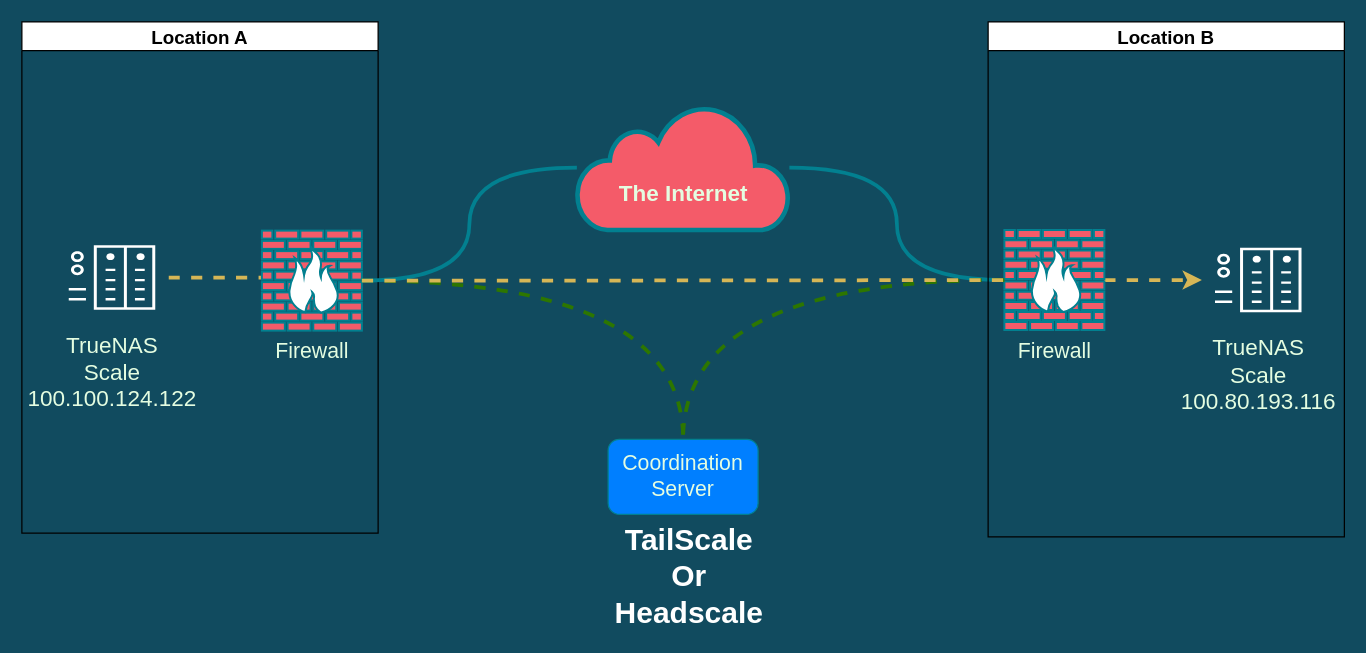
This is page "Page-1" (1 of 2) of Cloud_Security_Dec_2023.drawio from lawrencesystems/Draw_IO_Diagrams, a draw.io file, before an edit. Source tidied: cells renumbered, new cells numbered last; positions are measured from the earlier drawing's top-left corner, leaving out a move shared by most shapes. Both pictures are drawn from the tidied source at 125%, with x=0, y=0 at pixel (21, 21). Pictures stored in the file or linked from it are replaced by grey dashed boxes.
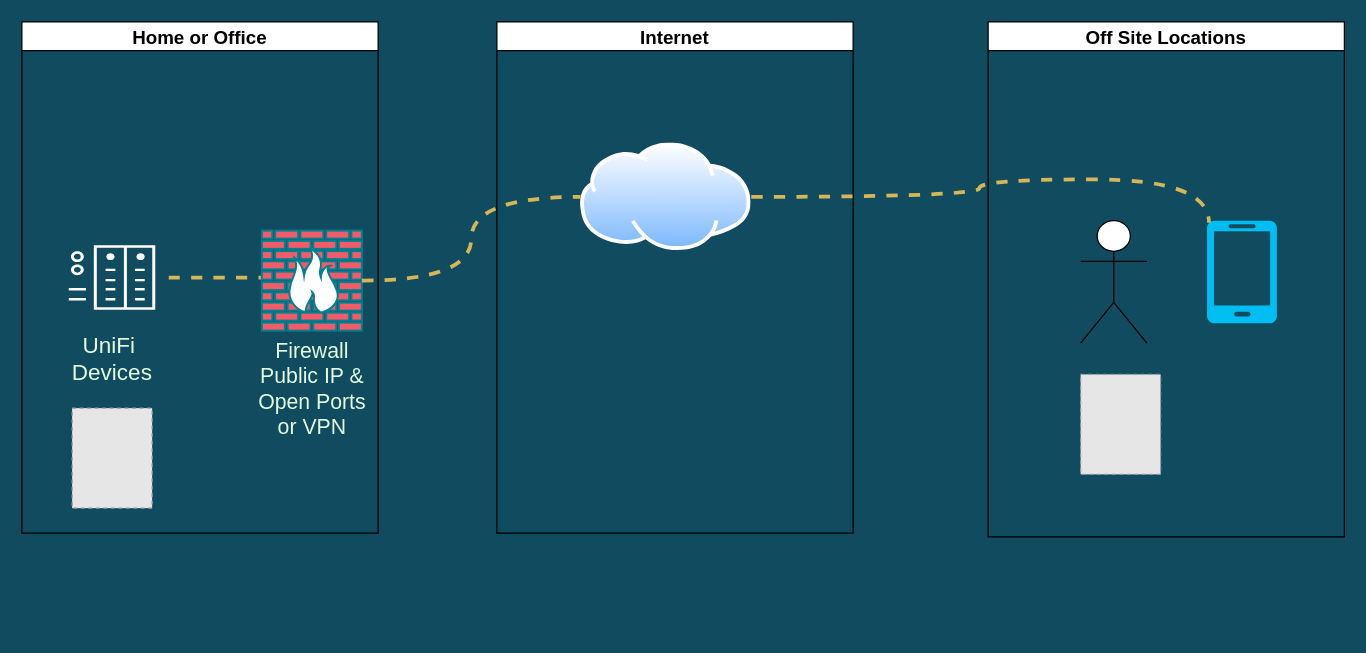
The same diagram, later.

The edit, as a diff of the source:
```diff
@@
-    <mxCell id="2" style="edgeStyle=orthogonalEdgeStyle;rounded=1;jettySize=auto;html=1;strokeColor=none;strokeWidth=3;labelBackgroundColor=#114B5F;fontColor=#E4FDE1;" parent="1" edge="1" source="11">
+    <mxCell id="2" style="edgeStyle=orthogonalEdgeStyle;rounded=1;orthogonalLoop=1;jettySize=auto;html=1;strokeColor=none;strokeWidth=3;labelBackgroundColor=#114B5F;fontColor=#E4FDE1;" parent="1" edge="1">
       <mxGeometry relative="1" as="geometry">
+        <mxPoint x="625" y="260" as="sourcePoint" />
         <mxPoint x="630" y="281" as="targetPoint" />
       </mxGeometry>
     </mxCell>
-    <mxCell id="3" value="&lt;font style=&quot;font-size: 15px;&quot;&gt;Location A&lt;/font&gt;" style="swimlane;whiteSpace=wrap;html=1;fontFamily=Helvetica;fontSize=11;fontColor=default;labelBackgroundColor=none;" parent="1" vertex="1">
+    <mxCell id="3" value="&lt;font style=&quot;font-size: 15px;&quot;&gt;Home or Office&lt;/font&gt;" style="swimlane;whiteSpace=wrap;html=1;fontFamily=Helvetica;fontSize=11;fontColor=default;labelBackgroundColor=none;" parent="1" vertex="1">
       <mxGeometry width="285" height="409" as="geometry" />
     </mxCell>
@@
-    <mxCell id="5" value="&lt;font style=&quot;font-size: 18px;&quot;&gt;TrueNAS&lt;br&gt;Scale&lt;br&gt;100.100.124.122&lt;br&gt;&lt;/font&gt;" style="sketch=0;shadow=0;dashed=0;html=1;strokeColor=none;fillColor=none;labelPosition=center;verticalLabelPosition=bottom;verticalAlign=top;align=center;outlineConnect=0;shape=mxgraph.veeam2.nas;fontFamily=Helvetica;fontSize=11;fontColor=#E4FDE1;" parent="3" vertex="1">
+    <mxCell id="5" value="&lt;font style=&quot;font-size: 18px;&quot;&gt;UniFi&amp;nbsp;&lt;br&gt;Devices&lt;br&gt;&lt;/font&gt;" style="sketch=0;shadow=0;dashed=0;html=1;strokeColor=none;fillColor=none;labelPosition=center;verticalLabelPosition=bottom;verticalAlign=top;align=center;outlineConnect=0;shape=mxgraph.veeam2.nas;fontFamily=Helvetica;fontSize=11;fontColor=#E4FDE1;" parent="3" vertex="1">
       <mxGeometry x="27" y="167" width="90.5" height="75" as="geometry" />
     </mxCell>
-    <mxCell id="6" value="&lt;font style=&quot;font-size: 17px&quot;&gt;Firewall&lt;br&gt;&lt;/font&gt;" style="fontColor=#E4FDE1;verticalAlign=top;verticalLabelPosition=bottom;labelPosition=center;align=center;html=1;outlineConnect=0;fillColor=#F45B69;strokeColor=#028090;gradientDirection=north;strokeWidth=2;shape=mxgraph.networks.firewall;" parent="3" vertex="1">
+    <mxCell id="6" value="&lt;font style=&quot;font-size: 17px&quot;&gt;Firewall&lt;br&gt;Public IP &amp;amp;&lt;br&gt;Open&amp;nbsp;Ports&lt;br&gt;or VPN&lt;br&gt;&lt;/font&gt;" style="fontColor=#E4FDE1;verticalAlign=top;verticalLabelPosition=bottom;labelPosition=center;align=center;html=1;outlineConnect=0;fillColor=#F45B69;strokeColor=#028090;gradientDirection=north;strokeWidth=2;shape=mxgraph.networks.firewall;" parent="3" vertex="1">
       <mxGeometry x="192" y="167" width="80" height="80" as="geometry" />
     </mxCell>
-    <mxCell id="7" style="edgeStyle=orthogonalEdgeStyle;shape=connector;curved=1;rounded=1;comic=0;jettySize=auto;html=1;entryX=0.5;entryY=0;entryDx=0;entryDy=0;dashed=1;labelBackgroundColor=#114B5F;strokeColor=#2D7600;strokeWidth=3;fontFamily=Helvetica;fontSize=11;fontColor=#E4FDE1;endArrow=none;endFill=0;fillColor=#60a917;" parent="1" edge="1" source="6" target="12">
-      <mxGeometry relative="1" as="geometry" />
-    </mxCell>
+    <mxCell id="20" style="fillColor=#E6E6E6;strokeColor=#999999;dashed=1;html=1;verticalLabelPosition=bottom;labelBackgroundColor=#ffffff;verticalAlign=top;fontFamily=Helvetica;fontSize=11;fontColor=#E4FDE1;" parent="3" vertex="1">
+      <mxGeometry x="40.2" y="309" width="64" height="80" as="geometry" />
+    </mxCell>
-    <mxCell id="8" style="edgeStyle=orthogonalEdgeStyle;rounded=1;jettySize=auto;html=1;strokeColor=none;strokeWidth=3;labelBackgroundColor=#114B5F;fontColor=#E4FDE1;" parent="1" edge="1" target="11">
+    <mxCell id="8" style="edgeStyle=orthogonalEdgeStyle;rounded=1;orthogonalLoop=1;jettySize=auto;html=1;strokeColor=none;strokeWidth=3;labelBackgroundColor=#114B5F;fontColor=#E4FDE1;" parent="1" edge="1">
       <mxGeometry relative="1" as="geometry">
         <mxPoint x="116" y="145" as="sourcePoint" />
+        <mxPoint x="540" y="210" as="targetPoint" />
       </mxGeometry>
     </mxCell>
-    <mxCell id="9" style="edgeStyle=orthogonalEdgeStyle;shape=connector;curved=1;rounded=1;comic=0;jettySize=auto;html=1;entryX=1;entryY=0.5;entryDx=0;entryDy=0;entryPerimeter=0;labelBackgroundColor=#114B5F;strokeColor=#028090;strokeWidth=3;fontFamily=Helvetica;fontSize=11;fontColor=#E4FDE1;endArrow=none;endFill=0;fillColor=#F45B69;" parent="1" edge="1" source="11" target="6">
-      <mxGeometry relative="1" as="geometry" />
-    </mxCell>
-    <mxCell id="10" style="edgeStyle=orthogonalEdgeStyle;shape=connector;curved=1;rounded=1;comic=0;jettySize=auto;html=1;labelBackgroundColor=#114B5F;strokeColor=#028090;strokeWidth=3;fontFamily=Helvetica;fontSize=11;fontColor=#E4FDE1;endArrow=none;endFill=0;fillColor=#F45B69;" parent="1" edge="1" source="11" target="17">
-      <mxGeometry relative="1" as="geometry" />
-    </mxCell>
-    <mxCell id="11" value="&lt;h2&gt;&lt;b&gt;&lt;br&gt;&lt;br&gt;The Internet&lt;/b&gt;&lt;/h2&gt;" style="html=1;outlineConnect=0;fillColor=#F45B69;strokeColor=#028090;gradientDirection=north;strokeWidth=2;shape=mxgraph.networks.cloud;fontColor=#E4FDE1;" parent="1" vertex="1">
-      <mxGeometry x="444" y="66.5" width="170" height="100" as="geometry" />
-    </mxCell>
-    <mxCell id="12" value="&lt;font style=&quot;font-size: 17px&quot;&gt;Coordination&lt;br&gt;Server&lt;br&gt;&lt;/font&gt;" style="rounded=1;whiteSpace=wrap;html=1;fillColor=#007FFF;strokeColor=#028090;fontColor=#E4FDE1;" parent="1" vertex="1">
-      <mxGeometry x="469" y="334" width="120" height="60" as="geometry" />
-    </mxCell>
-    <mxCell id="13" value="TailScale Or&lt;br style=&quot;font-size: 24px;&quot;&gt;Headscale" style="text;html=1;strokeColor=none;fillColor=none;align=center;verticalAlign=middle;whiteSpace=wrap;rounded=0;fontSize=24;fontFamily=Helvetica;fontColor=#FFFFFF;fontStyle=1;" parent="1" vertex="1">
-      <mxGeometry x="504" y="429" width="60" height="30" as="geometry" />
-    </mxCell>
-    <mxCell id="14" value="&lt;font style=&quot;font-size: 15px;&quot;&gt;Location&amp;nbsp;B&lt;/font&gt;" style="swimlane;whiteSpace=wrap;html=1;fontFamily=Helvetica;fontSize=11;fontColor=default;labelBackgroundColor=none;" parent="1" vertex="1">
+    <mxCell id="14" value="&lt;font style=&quot;font-size: 15px;&quot;&gt;Off Site Locations&lt;/font&gt;" style="swimlane;whiteSpace=wrap;html=1;fontFamily=Helvetica;fontSize=11;fontColor=default;labelBackgroundColor=none;" parent="1" vertex="1">
       <mxGeometry x="773" width="285" height="412" as="geometry" />
     </mxCell>
-    <mxCell id="15" value="&lt;font style=&quot;font-size: 18px;&quot;&gt;TrueNAS&lt;br&gt;Scale&lt;br&gt;100.80.193.116&lt;br&gt;&lt;/font&gt;" style="sketch=0;shadow=0;dashed=0;html=1;strokeColor=none;fillColor=none;labelPosition=center;verticalLabelPosition=bottom;verticalAlign=top;align=center;outlineConnect=0;shape=mxgraph.veeam2.nas;fontFamily=Helvetica;fontSize=11;fontColor=#E4FDE1;" parent="14" vertex="1">
-      <mxGeometry x="171" y="169" width="90.5" height="75" as="geometry" />
-    </mxCell>
-    <mxCell id="16" style="edgeStyle=orthogonalEdgeStyle;shape=connector;curved=1;rounded=1;comic=0;jettySize=auto;html=1;dashed=1;labelBackgroundColor=#114B5F;strokeColor=#d6b656;strokeWidth=3;fontFamily=Helvetica;fontSize=11;fontColor=#E4FDE1;endArrow=classic;endFill=1;fillColor=#fff2cc;gradientColor=#ffd966;flowAnimation=1;" parent="14" edge="1" source="17" target="15">
-      <mxGeometry relative="1" as="geometry" />
-    </mxCell>
-    <mxCell id="17" value="&lt;font style=&quot;font-size: 17px&quot;&gt;Firewall&lt;br&gt;&lt;/font&gt;" style="fontColor=#E4FDE1;verticalAlign=top;verticalLabelPosition=bottom;labelPosition=center;align=center;html=1;outlineConnect=0;fillColor=#F45B69;strokeColor=#028090;gradientDirection=north;strokeWidth=2;shape=mxgraph.networks.firewall;" parent="14" vertex="1">
-      <mxGeometry x="13" y="166.5" width="80" height="80" as="geometry" />
-    </mxCell>
-    <mxCell id="18" style="edgeStyle=orthogonalEdgeStyle;shape=connector;curved=1;rounded=1;comic=0;jettySize=auto;html=1;dashed=1;labelBackgroundColor=#114B5F;strokeColor=#2D7600;strokeWidth=3;fontFamily=Helvetica;fontSize=11;fontColor=#E4FDE1;endArrow=none;endFill=0;fillColor=#60a917;" parent="1" edge="1" source="17" target="12">
-      <mxGeometry relative="1" as="geometry" />
-    </mxCell>
-    <mxCell id="19" style="edgeStyle=orthogonalEdgeStyle;shape=connector;curved=1;rounded=1;comic=0;jettySize=auto;html=1;dashed=1;labelBackgroundColor=#114B5F;strokeColor=#d6b656;strokeWidth=3;fontFamily=Helvetica;fontSize=11;fontColor=#E4FDE1;endArrow=none;endFill=0;fillColor=#fff2cc;gradientColor=#ffd966;flowAnimation=1;" parent="1" edge="1" source="6" target="17">
-      <mxGeometry relative="1" as="geometry" />
-    </mxCell>
+    <mxCell id="21" style="verticalLabelPosition=bottom;html=1;verticalAlign=top;align=center;strokeColor=none;fillColor=#00BEF2;shape=mxgraph.azure.mobile;fontFamily=Helvetica;fontSize=11;fontColor=#E4FDE1;" parent="14" vertex="1">
+      <mxGeometry x="175" y="159" width="56" height="82" as="geometry" />
+    </mxCell>
+    <mxCell id="22" style="shape=umlActor;verticalLabelPosition=bottom;verticalAlign=top;html=1;fontFamily=Helvetica;fontSize=11;fontColor=#E4FDE1;" parent="14" vertex="1">
+      <mxGeometry x="74" y="159" width="53" height="98" as="geometry" />
+    </mxCell>
+    <mxCell id="23" style="fillColor=#E6E6E6;strokeColor=#999999;dashed=1;html=1;verticalLabelPosition=bottom;labelBackgroundColor=#ffffff;verticalAlign=top;fontFamily=Helvetica;fontSize=11;fontColor=#E4FDE1;" parent="14" vertex="1">
+      <mxGeometry x="74" y="282" width="64" height="80" as="geometry" />
+    </mxCell>
+    <mxCell id="24" value="&lt;font style=&quot;font-size: 15px;&quot;&gt;Internet&lt;/font&gt;" style="swimlane;whiteSpace=wrap;html=1;fontFamily=Helvetica;fontSize=11;fontColor=default;labelBackgroundColor=none;" parent="1" vertex="1">
+      <mxGeometry x="380" width="285" height="409" as="geometry" />
+    </mxCell>
+    <mxCell id="25" style="image;perimeter=ellipsePerimeter;html=1;align=center;shadow=0;dashed=0;spacingTop=3;image=img/lib/active_directory/internet_cloud.svg;fontFamily=Helvetica;fontSize=11;fontColor=#E4FDE1;" parent="24" vertex="1">
+      <mxGeometry x="67" y="97" width="136.5" height="86" as="geometry" />
+    </mxCell>
+    <mxCell id="26" style="edgeStyle=orthogonalEdgeStyle;shape=connector;curved=1;rounded=1;comic=0;jettySize=auto;html=1;dashed=1;labelBackgroundColor=#114B5F;strokeColor=#d6b656;strokeWidth=3;align=center;verticalAlign=middle;fontFamily=Helvetica;fontSize=11;fontColor=#E4FDE1;endArrow=none;endFill=0;fillColor=#fff2cc;gradientColor=#ffd966;flowAnimation=1;" parent="1" edge="1" source="6" target="25">
+      <mxGeometry relative="1" as="geometry" />
+    </mxCell>
+    <mxCell id="27" style="edgeStyle=orthogonalEdgeStyle;shape=connector;curved=1;rounded=1;comic=0;jettySize=auto;html=1;entryX=0.03;entryY=0.02;entryDx=0;entryDy=0;entryPerimeter=0;dashed=1;labelBackgroundColor=#114B5F;strokeColor=#d6b656;strokeWidth=3;align=center;verticalAlign=middle;fontFamily=Helvetica;fontSize=11;fontColor=#E4FDE1;endArrow=none;endFill=0;fillColor=#fff2cc;gradientColor=#ffd966;flowAnimation=1;" parent="1" edge="1" source="25" target="21">
+      <mxGeometry relative="1" as="geometry">
+        <Array as="points">
+          <mxPoint x="766" y="140" />
+          <mxPoint x="766" y="126" />
+          <mxPoint x="950" y="126" />
+        </Array>
+      </mxGeometry>
+    </mxCell>
```
